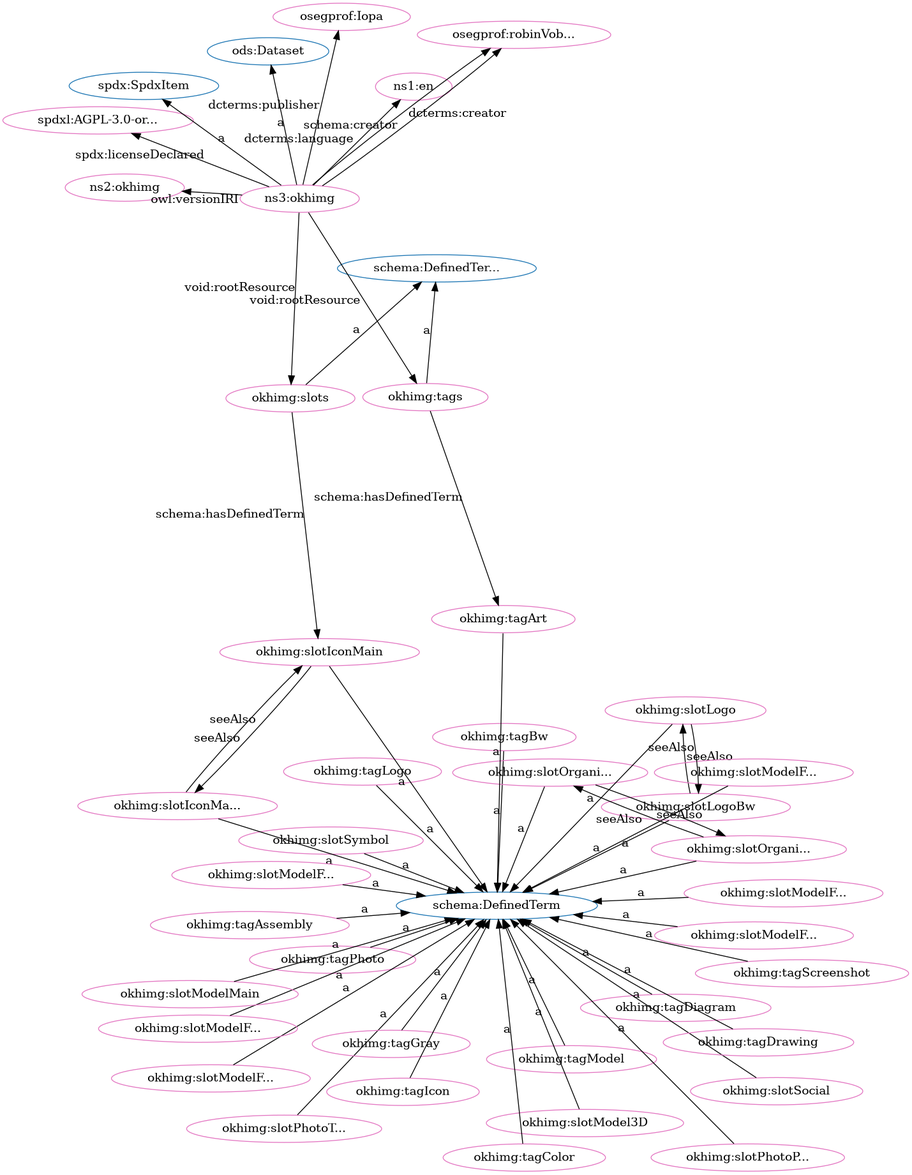
This is src/spec/fdp_okh-img-clean.png from iop-alliance/OpenKnowHow, a Graphviz export, as it was before one commit. Its source is kept beside it as src/spec/fdp_okh-img-clean.dot.
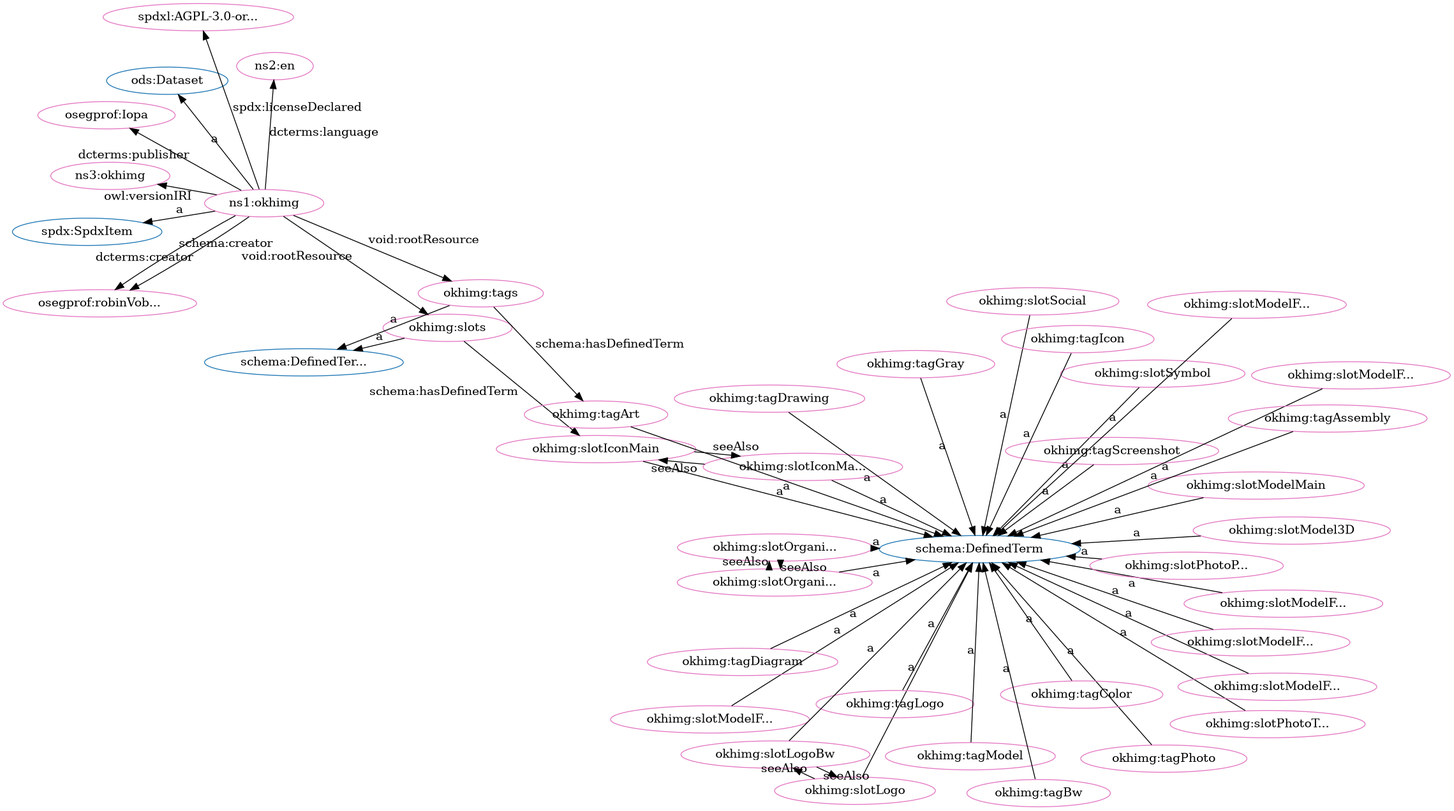
The same file after the commit.

Diff of the diagram source:
```diff
@@ -2,95 +2,95 @@
   rankdir=BT
   node[height=.3]
 "http://schema.org/DefinedTermSet" [fillcolor="#1f77b4" color="#1f77b4" label="schema:DefinedTer..."]
+"http://spdx.org/rdf/terms#SpdxItem" [fillcolor="#1f77b4" color="#1f77b4" label="spdx:SpdxItem"]
+"http://schema.org/DefinedTerm" [fillcolor="#1f77b4" color="#1f77b4" label="schema:DefinedTerm"]
 "http://w3id.org/oseg/ont/ods#Dataset" [fillcolor="#1f77b4" color="#1f77b4" label="ods:Dataset"]
-"http://schema.org/DefinedTerm" [fillcolor="#1f77b4" color="#1f77b4" label="schema:DefinedTerm"]
-"http://spdx.org/rdf/terms#SpdxItem" [fillcolor="#1f77b4" color="#1f77b4" label="spdx:SpdxItem"]
+"http://w3id.org/oseg/ont/okhimg#slotModelFromLeft" [fillcolor="#e377c2" color="#e377c2" label="okhimg:slotModelF..."]
 "http://spdx.org/licenses/AGPL-3.0-or-later" [fillcolor="#e377c2" color="#e377c2" label="spdxl:AGPL-3.0-or..."]
+"http://w3id.org/oseg/ont/okhimg#slotIconMain" [fillcolor="#e377c2" color="#e377c2" label="okhimg:slotIconMain"]
+"http://w3id.org/oseg/ont/okhimg#slotSymbol" [fillcolor="#e377c2" color="#e377c2" label="okhimg:slotSymbol"]
+"http://w3id.org/oseg/ont/okhimg#slotLogo" [fillcolor="#e377c2" color="#e377c2" label="okhimg:slotLogo"]
+"http://w3id.org/oseg/ont/okhimg" [fillcolor="#e377c2" color="#e377c2" label="ns1:okhimg"]
+"http://w3id.org/oseg/ont/okhimg#slotPhotoThingMain" [fillcolor="#e377c2" color="#e377c2" label="okhimg:slotPhotoT..."]
+"http://w3id.org/oseg/ont/okhimg#tagPhoto" [fillcolor="#e377c2" color="#e377c2" label="okhimg:tagPhoto"]
+"http://w3id.org/oseg/ont/oseg-profiles#robinVobruba" [fillcolor="#e377c2" color="#e377c2" label="osegprof:robinVob..."]
+"http://w3id.org/oseg/ont/okhimg#tagScreenshot" [fillcolor="#e377c2" color="#e377c2" label="okhimg:tagScreenshot"]
+"http://w3id.org/oseg/ont/okhimg#tagColor" [fillcolor="#e377c2" color="#e377c2" label="okhimg:tagColor"]
+"http://w3id.org/oseg/ont/okhimg#tagGray" [fillcolor="#e377c2" color="#e377c2" label="okhimg:tagGray"]
+"http://w3id.org/oseg/ont/okhimg#slotSocial" [fillcolor="#e377c2" color="#e377c2" label="okhimg:slotSocial"]
+"http://w3id.org/oseg/ont/okhimg#slotOrganizationLogo" [fillcolor="#e377c2" color="#e377c2" label="okhimg:slotOrgani..."]
+"http://id.loc.gov/vocabulary/iso639-1/en" [fillcolor="#e377c2" color="#e377c2" label="ns2:en"]
+"http://w3id.org/oseg/ont/oseg-profiles#Iopa" [fillcolor="#e377c2" color="#e377c2" label="osegprof:Iopa"]
+"http://w3id.org/oseg/ont/okhimg#slots" [fillcolor="#e377c2" color="#e377c2" label="okhimg:slots"]
+"http://w3id.org/oseg/ont/okhimg#slotModelFromBelow" [fillcolor="#e377c2" color="#e377c2" label="okhimg:slotModelF..."]
+"http://w3id.org/oseg/ont/0.1.0/okhimg" [fillcolor="#e377c2" color="#e377c2" label="ns3:okhimg"]
+"http://w3id.org/oseg/ont/okhimg#slotPhotoPackaging" [fillcolor="#e377c2" color="#e377c2" label="okhimg:slotPhotoP..."]
+"http://w3id.org/oseg/ont/okhimg#slotModelFromAbove" [fillcolor="#e377c2" color="#e377c2" label="okhimg:slotModelF..."]
+"http://w3id.org/oseg/ont/okhimg#slotModelMain" [fillcolor="#e377c2" color="#e377c2" label="okhimg:slotModelMain"]
+"http://w3id.org/oseg/ont/okhimg#slotIconMainBw" [fillcolor="#e377c2" color="#e377c2" label="okhimg:slotIconMa..."]
+"http://w3id.org/oseg/ont/okhimg#tagIcon" [fillcolor="#e377c2" color="#e377c2" label="okhimg:tagIcon"]
+"http://w3id.org/oseg/ont/okhimg#slotModelFromRight" [fillcolor="#e377c2" color="#e377c2" label="okhimg:slotModelF..."]
+"http://w3id.org/oseg/ont/okhimg#tagArt" [fillcolor="#e377c2" color="#e377c2" label="okhimg:tagArt"]
+"http://w3id.org/oseg/ont/okhimg#slotModel3D" [fillcolor="#e377c2" color="#e377c2" label="okhimg:slotModel3D"]
+"http://w3id.org/oseg/ont/okhimg#tagLogo" [fillcolor="#e377c2" color="#e377c2" label="okhimg:tagLogo"]
+"http://w3id.org/oseg/ont/okhimg#slotOrganizationLogoBw" [fillcolor="#e377c2" color="#e377c2" label="okhimg:slotOrgani..."]
+"http://w3id.org/oseg/ont/okhimg#slotModelFromBack" [fillcolor="#e377c2" color="#e377c2" label="okhimg:slotModelF..."]
+"http://w3id.org/oseg/ont/okhimg#slotModelFromFront" [fillcolor="#e377c2" color="#e377c2" label="okhimg:slotModelF..."]
+"http://w3id.org/oseg/ont/okhimg#tagDrawing" [fillcolor="#e377c2" color="#e377c2" label="okhimg:tagDrawing"]
+"http://w3id.org/oseg/ont/okhimg#tagModel" [fillcolor="#e377c2" color="#e377c2" label="okhimg:tagModel"]
+"http://w3id.org/oseg/ont/okhimg#slotLogoBw" [fillcolor="#e377c2" color="#e377c2" label="okhimg:slotLogoBw"]
 "http://w3id.org/oseg/ont/okhimg#tagAssembly" [fillcolor="#e377c2" color="#e377c2" label="okhimg:tagAssembly"]
-"http://w3id.org/oseg/ont/okhimg#slotModelFromBack" [fillcolor="#e377c2" color="#e377c2" label="okhimg:slotModelF..."]
-"http://w3id.org/oseg/ont/okhimg#tagLogo" [fillcolor="#e377c2" color="#e377c2" label="okhimg:tagLogo"]
-"http://w3id.org/oseg/ont/okhimg#slotModelFromRight" [fillcolor="#e377c2" color="#e377c2" label="okhimg:slotModelF..."]
-"http://w3id.org/oseg/ont/oseg-profiles#robinVobruba" [fillcolor="#e377c2" color="#e377c2" label="osegprof:robinVob..."]
-"http://w3id.org/oseg/ont/okhimg#tagPhoto" [fillcolor="#e377c2" color="#e377c2" label="okhimg:tagPhoto"]
-"http://w3id.org/oseg/ont/okhimg#slotSymbol" [fillcolor="#e377c2" color="#e377c2" label="okhimg:slotSymbol"]
-"http://w3id.org/oseg/ont/okhimg#tagModel" [fillcolor="#e377c2" color="#e377c2" label="okhimg:tagModel"]
+"http://w3id.org/oseg/ont/okhimg#tagDiagram" [fillcolor="#e377c2" color="#e377c2" label="okhimg:tagDiagram"]
+"http://w3id.org/oseg/ont/okhimg#tags" [fillcolor="#e377c2" color="#e377c2" label="okhimg:tags"]
 "http://w3id.org/oseg/ont/okhimg#tagBw" [fillcolor="#e377c2" color="#e377c2" label="okhimg:tagBw"]
-"http://w3id.org/oseg/ont/okhimg#slotModelFromLeft" [fillcolor="#e377c2" color="#e377c2" label="okhimg:slotModelF..."]
-"http://w3id.org/oseg/ont/okhimg#slots" [fillcolor="#e377c2" color="#e377c2" label="okhimg:slots"]
-"http://id.loc.gov/vocabulary/iso639-1/en" [fillcolor="#e377c2" color="#e377c2" label="ns1:en"]
-"http://w3id.org/oseg/ont/okhimg#tagDiagram" [fillcolor="#e377c2" color="#e377c2" label="okhimg:tagDiagram"]
-"http://w3id.org/oseg/ont/okhimg#slotPhotoThingMain" [fillcolor="#e377c2" color="#e377c2" label="okhimg:slotPhotoT..."]
-"http://w3id.org/oseg/ont/okhimg#slotModel3D" [fillcolor="#e377c2" color="#e377c2" label="okhimg:slotModel3D"]
-"http://w3id.org/oseg/ont/okhimg#tagGray" [fillcolor="#e377c2" color="#e377c2" label="okhimg:tagGray"]
-"http://w3id.org/oseg/ont/okhimg#slotLogoBw" [fillcolor="#e377c2" color="#e377c2" label="okhimg:slotLogoBw"]
-"http://w3id.org/oseg/ont/okhimg#slotSocial" [fillcolor="#e377c2" color="#e377c2" label="okhimg:slotSocial"]
-"http://w3id.org/oseg/ont/okhimg#slotIconMain" [fillcolor="#e377c2" color="#e377c2" label="okhimg:slotIconMain"]
-"http://w3id.org/oseg/ont/okhimg#slotIconMainBw" [fillcolor="#e377c2" color="#e377c2" label="okhimg:slotIconMa..."]
-"http://w3id.org/oseg/ont/okhimg#tagColor" [fillcolor="#e377c2" color="#e377c2" label="okhimg:tagColor"]
-"http://w3id.org/oseg/ont/okhimg#slotOrganizationLogo" [fillcolor="#e377c2" color="#e377c2" label="okhimg:slotOrgani..."]
-"http://w3id.org/oseg/ont/0.1.0/okhimg" [fillcolor="#e377c2" color="#e377c2" label="ns2:okhimg"]
-"http://w3id.org/oseg/ont/okhimg#slotPhotoPackaging" [fillcolor="#e377c2" color="#e377c2" label="okhimg:slotPhotoP..."]
-"http://w3id.org/oseg/ont/okhimg#slotOrganizationLogoBw" [fillcolor="#e377c2" color="#e377c2" label="okhimg:slotOrgani..."]
-"http://w3id.org/oseg/ont/okhimg#tags" [fillcolor="#e377c2" color="#e377c2" label="okhimg:tags"]
-"http://w3id.org/oseg/ont/okhimg#tagScreenshot" [fillcolor="#e377c2" color="#e377c2" label="okhimg:tagScreenshot"]
-"http://w3id.org/oseg/ont/okhimg#slotModelFromFront" [fillcolor="#e377c2" color="#e377c2" label="okhimg:slotModelF..."]
-"http://w3id.org/oseg/ont/okhimg#slotLogo" [fillcolor="#e377c2" color="#e377c2" label="okhimg:slotLogo"]
-"http://w3id.org/oseg/ont/okhimg#slotModelFromAbove" [fillcolor="#e377c2" color="#e377c2" label="okhimg:slotModelF..."]
-"http://w3id.org/oseg/ont/okhimg#tagDrawing" [fillcolor="#e377c2" color="#e377c2" label="okhimg:tagDrawing"]
-"http://w3id.org/oseg/ont/okhimg#slotModelFromBelow" [fillcolor="#e377c2" color="#e377c2" label="okhimg:slotModelF..."]
-"http://w3id.org/oseg/ont/okhimg" [fillcolor="#e377c2" color="#e377c2" label="ns3:okhimg"]
-"http://w3id.org/oseg/ont/okhimg#tagIcon" [fillcolor="#e377c2" color="#e377c2" label="okhimg:tagIcon"]
-"http://w3id.org/oseg/ont/okhimg#tagArt" [fillcolor="#e377c2" color="#e377c2" label="okhimg:tagArt"]
-"http://w3id.org/oseg/ont/oseg-profiles#Iopa" [fillcolor="#e377c2" color="#e377c2" label="osegprof:Iopa"]
-"http://w3id.org/oseg/ont/okhimg#slotModelMain" [fillcolor="#e377c2" color="#e377c2" label="okhimg:slotModelMain"]
+  "http://w3id.org/oseg/ont/okhimg#slotModelFromLeft" -> "http://schema.org/DefinedTerm" [label="a"]
   "http://w3id.org/oseg/ont/okhimg" -> "http://spdx.org/licenses/AGPL-3.0-or-later" [label="spdx:licenseDeclared"]
+  "http://w3id.org/oseg/ont/okhimg#slotIconMainBw" -> "http://w3id.org/oseg/ont/okhimg#slotIconMain" [label="seeAlso"]
+  "http://w3id.org/oseg/ont/okhimg#slotSymbol" -> "http://schema.org/DefinedTerm" [label="a"]
+  "http://w3id.org/oseg/ont/okhimg#slotLogo" -> "http://schema.org/DefinedTerm" [label="a"]
+  "http://w3id.org/oseg/ont/okhimg" -> "http://spdx.org/rdf/terms#SpdxItem" [label="a"]
+  "http://w3id.org/oseg/ont/okhimg#slotPhotoThingMain" -> "http://schema.org/DefinedTerm" [label="a"]
+  "http://w3id.org/oseg/ont/okhimg#tagPhoto" -> "http://schema.org/DefinedTerm" [label="a"]
+  "http://w3id.org/oseg/ont/okhimg" -> "http://w3id.org/oseg/ont/oseg-profiles#robinVobruba" [label="dcterms:creator"]
+  "http://w3id.org/oseg/ont/okhimg#tagScreenshot" -> "http://schema.org/DefinedTerm" [label="a"]
+  "http://w3id.org/oseg/ont/okhimg#tagColor" -> "http://schema.org/DefinedTerm" [label="a"]
+  "http://w3id.org/oseg/ont/okhimg#tagGray" -> "http://schema.org/DefinedTerm" [label="a"]
+  "http://w3id.org/oseg/ont/okhimg#slotSocial" -> "http://schema.org/DefinedTerm" [label="a"]
+  "http://w3id.org/oseg/ont/okhimg#slotOrganizationLogoBw" -> "http://w3id.org/oseg/ont/okhimg#slotOrganizationLogo" [label="seeAlso"]
+  "http://w3id.org/oseg/ont/okhimg#slots" -> "http://w3id.org/oseg/ont/okhimg#slotIconMain" [label="schema:hasDefinedTerm"]
+  "http://w3id.org/oseg/ont/okhimg" -> "http://id.loc.gov/vocabulary/iso639-1/en" [label="dcterms:language"]
+  "http://w3id.org/oseg/ont/okhimg#slotIconMain" -> "http://schema.org/DefinedTerm" [label="a"]
+  "http://w3id.org/oseg/ont/okhimg" -> "http://w3id.org/oseg/ont/oseg-profiles#Iopa" [label="dcterms:publisher"]
+  "http://w3id.org/oseg/ont/okhimg" -> "http://w3id.org/oseg/ont/okhimg#slots" [label="void:rootResource"]
+  "http://w3id.org/oseg/ont/okhimg#slotModelFromBelow" -> "http://schema.org/DefinedTerm" [label="a"]
+  "http://w3id.org/oseg/ont/okhimg" -> "http://w3id.org/oseg/ont/0.1.0/okhimg" [label="owl:versionIRI"]
+  "http://w3id.org/oseg/ont/okhimg#slotOrganizationLogo" -> "http://schema.org/DefinedTerm" [label="a"]
+  "http://w3id.org/oseg/ont/okhimg#slots" -> "http://schema.org/DefinedTermSet" [label="a"]
+  "http://w3id.org/oseg/ont/okhimg#slotPhotoPackaging" -> "http://schema.org/DefinedTerm" [label="a"]
+  "http://w3id.org/oseg/ont/okhimg#slotModelFromAbove" -> "http://schema.org/DefinedTerm" [label="a"]
+  "http://w3id.org/oseg/ont/okhimg#slotModelMain" -> "http://schema.org/DefinedTerm" [label="a"]
+  "http://w3id.org/oseg/ont/okhimg" -> "http://w3id.org/oseg/ont/ods#Dataset" [label="a"]
+  "http://w3id.org/oseg/ont/okhimg#slotIconMain" -> "http://w3id.org/oseg/ont/okhimg#slotIconMainBw" [label="seeAlso"]
+  "http://w3id.org/oseg/ont/okhimg#tagIcon" -> "http://schema.org/DefinedTerm" [label="a"]
+  "http://w3id.org/oseg/ont/okhimg#tagBw" -> "http://schema.org/DefinedTerm" [label="a"]
+  "http://w3id.org/oseg/ont/okhimg#slotModelFromRight" -> "http://schema.org/DefinedTerm" [label="a"]
+  "http://w3id.org/oseg/ont/okhimg#tagArt" -> "http://schema.org/DefinedTerm" [label="a"]
+  "http://w3id.org/oseg/ont/okhimg#tags" -> "http://w3id.org/oseg/ont/okhimg#tagArt" [label="schema:hasDefinedTerm"]
+  "http://w3id.org/oseg/ont/okhimg#slotModel3D" -> "http://schema.org/DefinedTerm" [label="a"]
+  "http://w3id.org/oseg/ont/okhimg#slotOrganizationLogoBw" -> "http://schema.org/DefinedTerm" [label="a"]
+  "http://w3id.org/oseg/ont/okhimg" -> "http://w3id.org/oseg/ont/oseg-profiles#robinVobruba" [label="schema:creator"]
+  "http://w3id.org/oseg/ont/okhimg#slotModelFromBack" -> "http://schema.org/DefinedTerm" [label="a"]
+  "http://w3id.org/oseg/ont/okhimg#slotModelFromFront" -> "http://schema.org/DefinedTerm" [label="a"]
+  "http://w3id.org/oseg/ont/okhimg#tagDrawing" -> "http://schema.org/DefinedTerm" [label="a"]
+  "http://w3id.org/oseg/ont/okhimg#tagModel" -> "http://schema.org/DefinedTerm" [label="a"]
+  "http://w3id.org/oseg/ont/okhimg#slotLogo" -> "http://w3id.org/oseg/ont/okhimg#slotLogoBw" [label="seeAlso"]
   "http://w3id.org/oseg/ont/okhimg#tagAssembly" -> "http://schema.org/DefinedTerm" [label="a"]
-  "http://w3id.org/oseg/ont/okhimg#slotModelFromBack" -> "http://schema.org/DefinedTerm" [label="a"]
+  "http://w3id.org/oseg/ont/okhimg#slotIconMainBw" -> "http://schema.org/DefinedTerm" [label="a"]
+  "http://w3id.org/oseg/ont/okhimg#tagDiagram" -> "http://schema.org/DefinedTerm" [label="a"]
+  "http://w3id.org/oseg/ont/okhimg" -> "http://w3id.org/oseg/ont/okhimg#tags" [label="void:rootResource"]
+  "http://w3id.org/oseg/ont/okhimg#slotOrganizationLogo" -> "http://w3id.org/oseg/ont/okhimg#slotOrganizationLogoBw" [label="seeAlso"]
+  "http://w3id.org/oseg/ont/okhimg#tags" -> "http://schema.org/DefinedTermSet" [label="a"]
+  "http://w3id.org/oseg/ont/okhimg#slotLogoBw" -> "http://schema.org/DefinedTerm" [label="a"]
   "http://w3id.org/oseg/ont/okhimg#tagLogo" -> "http://schema.org/DefinedTerm" [label="a"]
-  "http://w3id.org/oseg/ont/okhimg#slotModelFromRight" -> "http://schema.org/DefinedTerm" [label="a"]
-  "http://w3id.org/oseg/ont/okhimg" -> "http://w3id.org/oseg/ont/oseg-profiles#robinVobruba" [label="schema:creator"]
-  "http://w3id.org/oseg/ont/okhimg#tagPhoto" -> "http://schema.org/DefinedTerm" [label="a"]
-  "http://w3id.org/oseg/ont/okhimg#slotSymbol" -> "http://schema.org/DefinedTerm" [label="a"]
-  "http://w3id.org/oseg/ont/okhimg#tagModel" -> "http://schema.org/DefinedTerm" [label="a"]
-  "http://w3id.org/oseg/ont/okhimg#tagBw" -> "http://schema.org/DefinedTerm" [label="a"]
-  "http://w3id.org/oseg/ont/okhimg#slotModelFromLeft" -> "http://schema.org/DefinedTerm" [label="a"]
-  "http://w3id.org/oseg/ont/okhimg" -> "http://w3id.org/oseg/ont/okhimg#slots" [label="void:rootResource"]
-  "http://w3id.org/oseg/ont/okhimg#tagDiagram" -> "http://schema.org/DefinedTerm" [label="a"]
-  "http://w3id.org/oseg/ont/okhimg" -> "http://id.loc.gov/vocabulary/iso639-1/en" [label="dcterms:language"]
-  "http://w3id.org/oseg/ont/okhimg#slotPhotoThingMain" -> "http://schema.org/DefinedTerm" [label="a"]
-  "http://w3id.org/oseg/ont/okhimg#slotModel3D" -> "http://schema.org/DefinedTerm" [label="a"]
-  "http://w3id.org/oseg/ont/okhimg#tagGray" -> "http://schema.org/DefinedTerm" [label="a"]
-  "http://w3id.org/oseg/ont/okhimg#slotLogoBw" -> "http://schema.org/DefinedTerm" [label="a"]
-  "http://w3id.org/oseg/ont/okhimg#slotSocial" -> "http://schema.org/DefinedTerm" [label="a"]
-  "http://w3id.org/oseg/ont/okhimg#slotIconMain" -> "http://schema.org/DefinedTerm" [label="a"]
-  "http://w3id.org/oseg/ont/okhimg#slotIconMain" -> "http://w3id.org/oseg/ont/okhimg#slotIconMainBw" [label="seeAlso"]
-  "http://w3id.org/oseg/ont/okhimg#tagColor" -> "http://schema.org/DefinedTerm" [label="a"]
-  "http://w3id.org/oseg/ont/okhimg#slotLogo" -> "http://w3id.org/oseg/ont/okhimg#slotLogoBw" [label="seeAlso"]
-  "http://w3id.org/oseg/ont/okhimg#slotOrganizationLogo" -> "http://schema.org/DefinedTerm" [label="a"]
-  "http://w3id.org/oseg/ont/okhimg" -> "http://w3id.org/oseg/ont/0.1.0/okhimg" [label="owl:versionIRI"]
-  "http://w3id.org/oseg/ont/okhimg#slotPhotoPackaging" -> "http://schema.org/DefinedTerm" [label="a"]
-  "http://w3id.org/oseg/ont/okhimg#slotLogo" -> "http://schema.org/DefinedTerm" [label="a"]
-  "http://w3id.org/oseg/ont/okhimg#slots" -> "http://w3id.org/oseg/ont/okhimg#slotIconMain" [label="schema:hasDefinedTerm"]
-  "http://w3id.org/oseg/ont/okhimg#slotOrganizationLogoBw" -> "http://schema.org/DefinedTerm" [label="a"]
-  "http://w3id.org/oseg/ont/okhimg#tags" -> "http://schema.org/DefinedTermSet" [label="a"]
-  "http://w3id.org/oseg/ont/okhimg#tagScreenshot" -> "http://schema.org/DefinedTerm" [label="a"]
-  "http://w3id.org/oseg/ont/okhimg#slotModelFromFront" -> "http://schema.org/DefinedTerm" [label="a"]
   "http://w3id.org/oseg/ont/okhimg#slotLogoBw" -> "http://w3id.org/oseg/ont/okhimg#slotLogo" [label="seeAlso"]
-  "http://w3id.org/oseg/ont/okhimg#slotModelFromAbove" -> "http://schema.org/DefinedTerm" [label="a"]
-  "http://w3id.org/oseg/ont/okhimg#tagDrawing" -> "http://schema.org/DefinedTerm" [label="a"]
-  "http://w3id.org/oseg/ont/okhimg" -> "http://w3id.org/oseg/ont/oseg-profiles#robinVobruba" [label="dcterms:creator"]
-  "http://w3id.org/oseg/ont/okhimg" -> "http://w3id.org/oseg/ont/okhimg#tags" [label="void:rootResource"]
-  "http://w3id.org/oseg/ont/okhimg#slotModelFromBelow" -> "http://schema.org/DefinedTerm" [label="a"]
-  "http://w3id.org/oseg/ont/okhimg#slotOrganizationLogo" -> "http://w3id.org/oseg/ont/okhimg#slotOrganizationLogoBw" [label="seeAlso"]
-  "http://w3id.org/oseg/ont/okhimg" -> "http://w3id.org/oseg/ont/ods#Dataset" [label="a"]
-  "http://w3id.org/oseg/ont/okhimg#slots" -> "http://schema.org/DefinedTermSet" [label="a"]
-  "http://w3id.org/oseg/ont/okhimg#tagIcon" -> "http://schema.org/DefinedTerm" [label="a"]
-  "http://w3id.org/oseg/ont/okhimg#slotIconMainBw" -> "http://w3id.org/oseg/ont/okhimg#slotIconMain" [label="seeAlso"]
-  "http://w3id.org/oseg/ont/okhimg#tags" -> "http://w3id.org/oseg/ont/okhimg#tagArt" [label="schema:hasDefinedTerm"]
-  "http://w3id.org/oseg/ont/okhimg" -> "http://w3id.org/oseg/ont/oseg-profiles#Iopa" [label="dcterms:publisher"]
-  "http://w3id.org/oseg/ont/okhimg#slotIconMainBw" -> "http://schema.org/DefinedTerm" [label="a"]
-  "http://w3id.org/oseg/ont/okhimg#tagArt" -> "http://schema.org/DefinedTerm" [label="a"]
-  "http://w3id.org/oseg/ont/okhimg" -> "http://spdx.org/rdf/terms#SpdxItem" [label="a"]
-  "http://w3id.org/oseg/ont/okhimg#slotOrganizationLogoBw" -> "http://w3id.org/oseg/ont/okhimg#slotOrganizationLogo" [label="seeAlso"]
-  "http://w3id.org/oseg/ont/okhimg#slotModelMain" -> "http://schema.org/DefinedTerm" [label="a"]
 }
```
